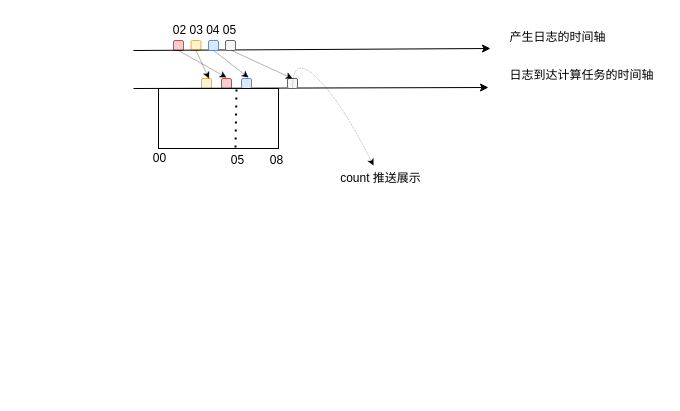
Earlier version of the draw.io diagram dataflow/未命名绘图.drawio (david-gao1/diagrams). Source tidied: cells renumbered, new cells numbered last; positions are measured from the earlier drawing's top-left corner, leaving out a move shared by most shapes. Both pictures are drawn from the tidied source at 100%, with x=0, y=0 at pixel (133, 17).
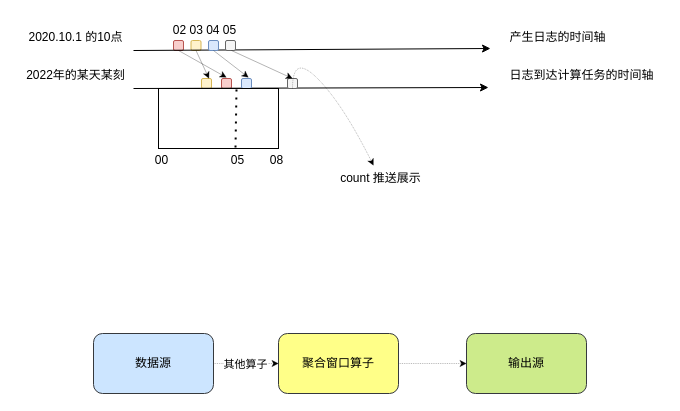
After the change.

Commit message:
更新未命名绘图.drawio

Change to the diagram source:
```diff
@@
     <mxCell id="21" value="00" style="text;html=1;align=center;verticalAlign=middle;strokeColor=none;fillColor=none;" parent="1" vertex="1">
-      <mxGeometry x="10" y="128" width="31" height="26" as="geometry" />
+      <mxGeometry x="12" y="130" width="31" height="26" as="geometry" />
     </mxCell>
@@
+    <mxCell id="26" value="2020.10.1 的10点" style="text;html=1;align=center;verticalAlign=middle;strokeColor=none;fillColor=none;" parent="1" vertex="1">
+      <mxGeometry x="-114" y="7" width="112" height="26" as="geometry" />
+    </mxCell>
+    <mxCell id="27" value="2022年的某天某刻" style="text;html=1;align=center;verticalAlign=middle;strokeColor=none;fillColor=none;" parent="1" vertex="1">
+      <mxGeometry x="-116.5" y="45" width="117" height="26" as="geometry" />
+    </mxCell>
+    <mxCell id="28" style="edgeStyle=orthogonalEdgeStyle;rounded=1;jettySize=auto;html=1;dashed=1;strokeWidth=0.3;" parent="1" edge="1" source="30" target="32">
+      <mxGeometry relative="1" as="geometry" />
+    </mxCell>
+    <mxCell id="29" value="其他算子" style="edgeLabel;html=1;align=center;verticalAlign=middle;" parent="28" vertex="1">
+      <mxGeometry x="-0.06" relative="1" as="geometry" />
+    </mxCell>
+    <mxCell id="30" value="数据源" style="rounded=1;whiteSpace=wrap;html=1;fillColor=#cce5ff;strokeColor=#36393d;" parent="1" vertex="1">
+      <mxGeometry x="-40" y="316" width="120" height="60" as="geometry" />
+    </mxCell>
+    <mxCell id="31" style="edgeStyle=orthogonalEdgeStyle;rounded=1;jettySize=auto;html=1;dashed=1;strokeWidth=0.3;" parent="1" edge="1" source="32" target="33">
+      <mxGeometry relative="1" as="geometry" />
+    </mxCell>
+    <mxCell id="32" value="聚合窗口算子" style="rounded=1;whiteSpace=wrap;html=1;fillColor=#ffff88;strokeColor=#36393d;" parent="1" vertex="1">
+      <mxGeometry x="145" y="316" width="120" height="60" as="geometry" />
+    </mxCell>
+    <mxCell id="33" value="输出源" style="rounded=1;whiteSpace=wrap;html=1;fillColor=#cdeb8b;strokeColor=#36393d;" parent="1" vertex="1">
+      <mxGeometry x="333" y="316" width="120" height="60" as="geometry" />
+    </mxCell>
```
